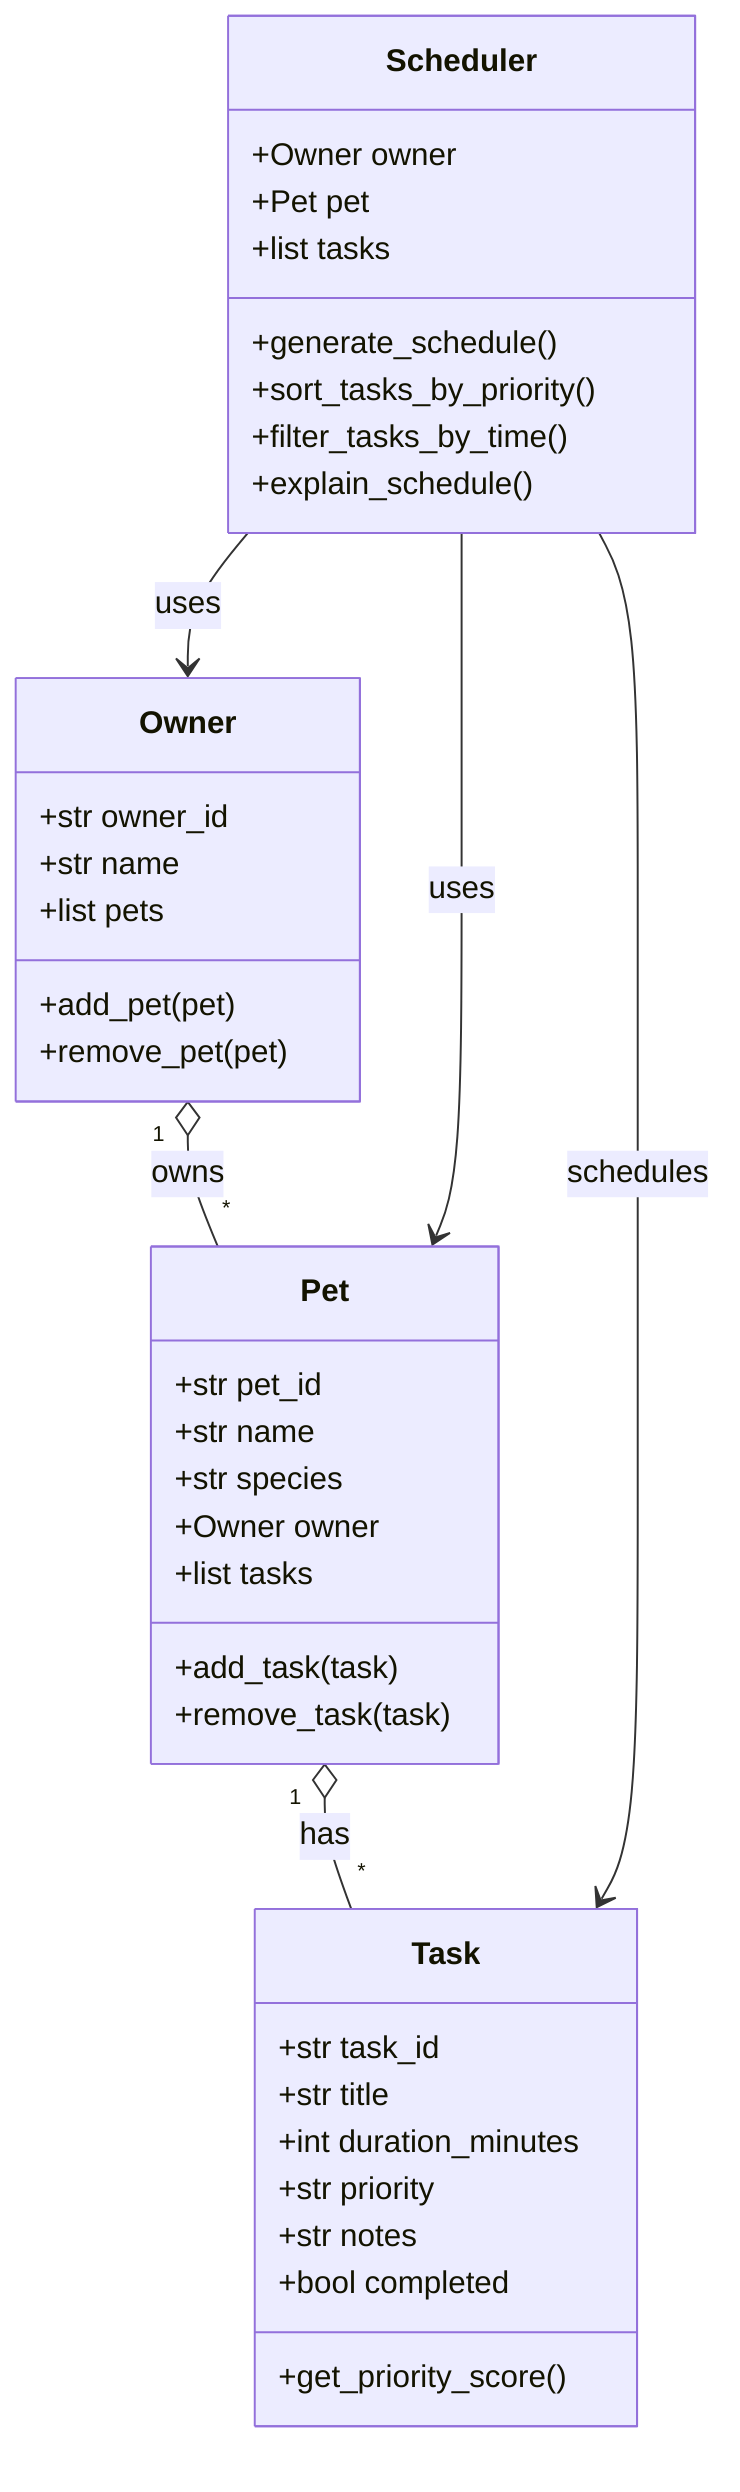
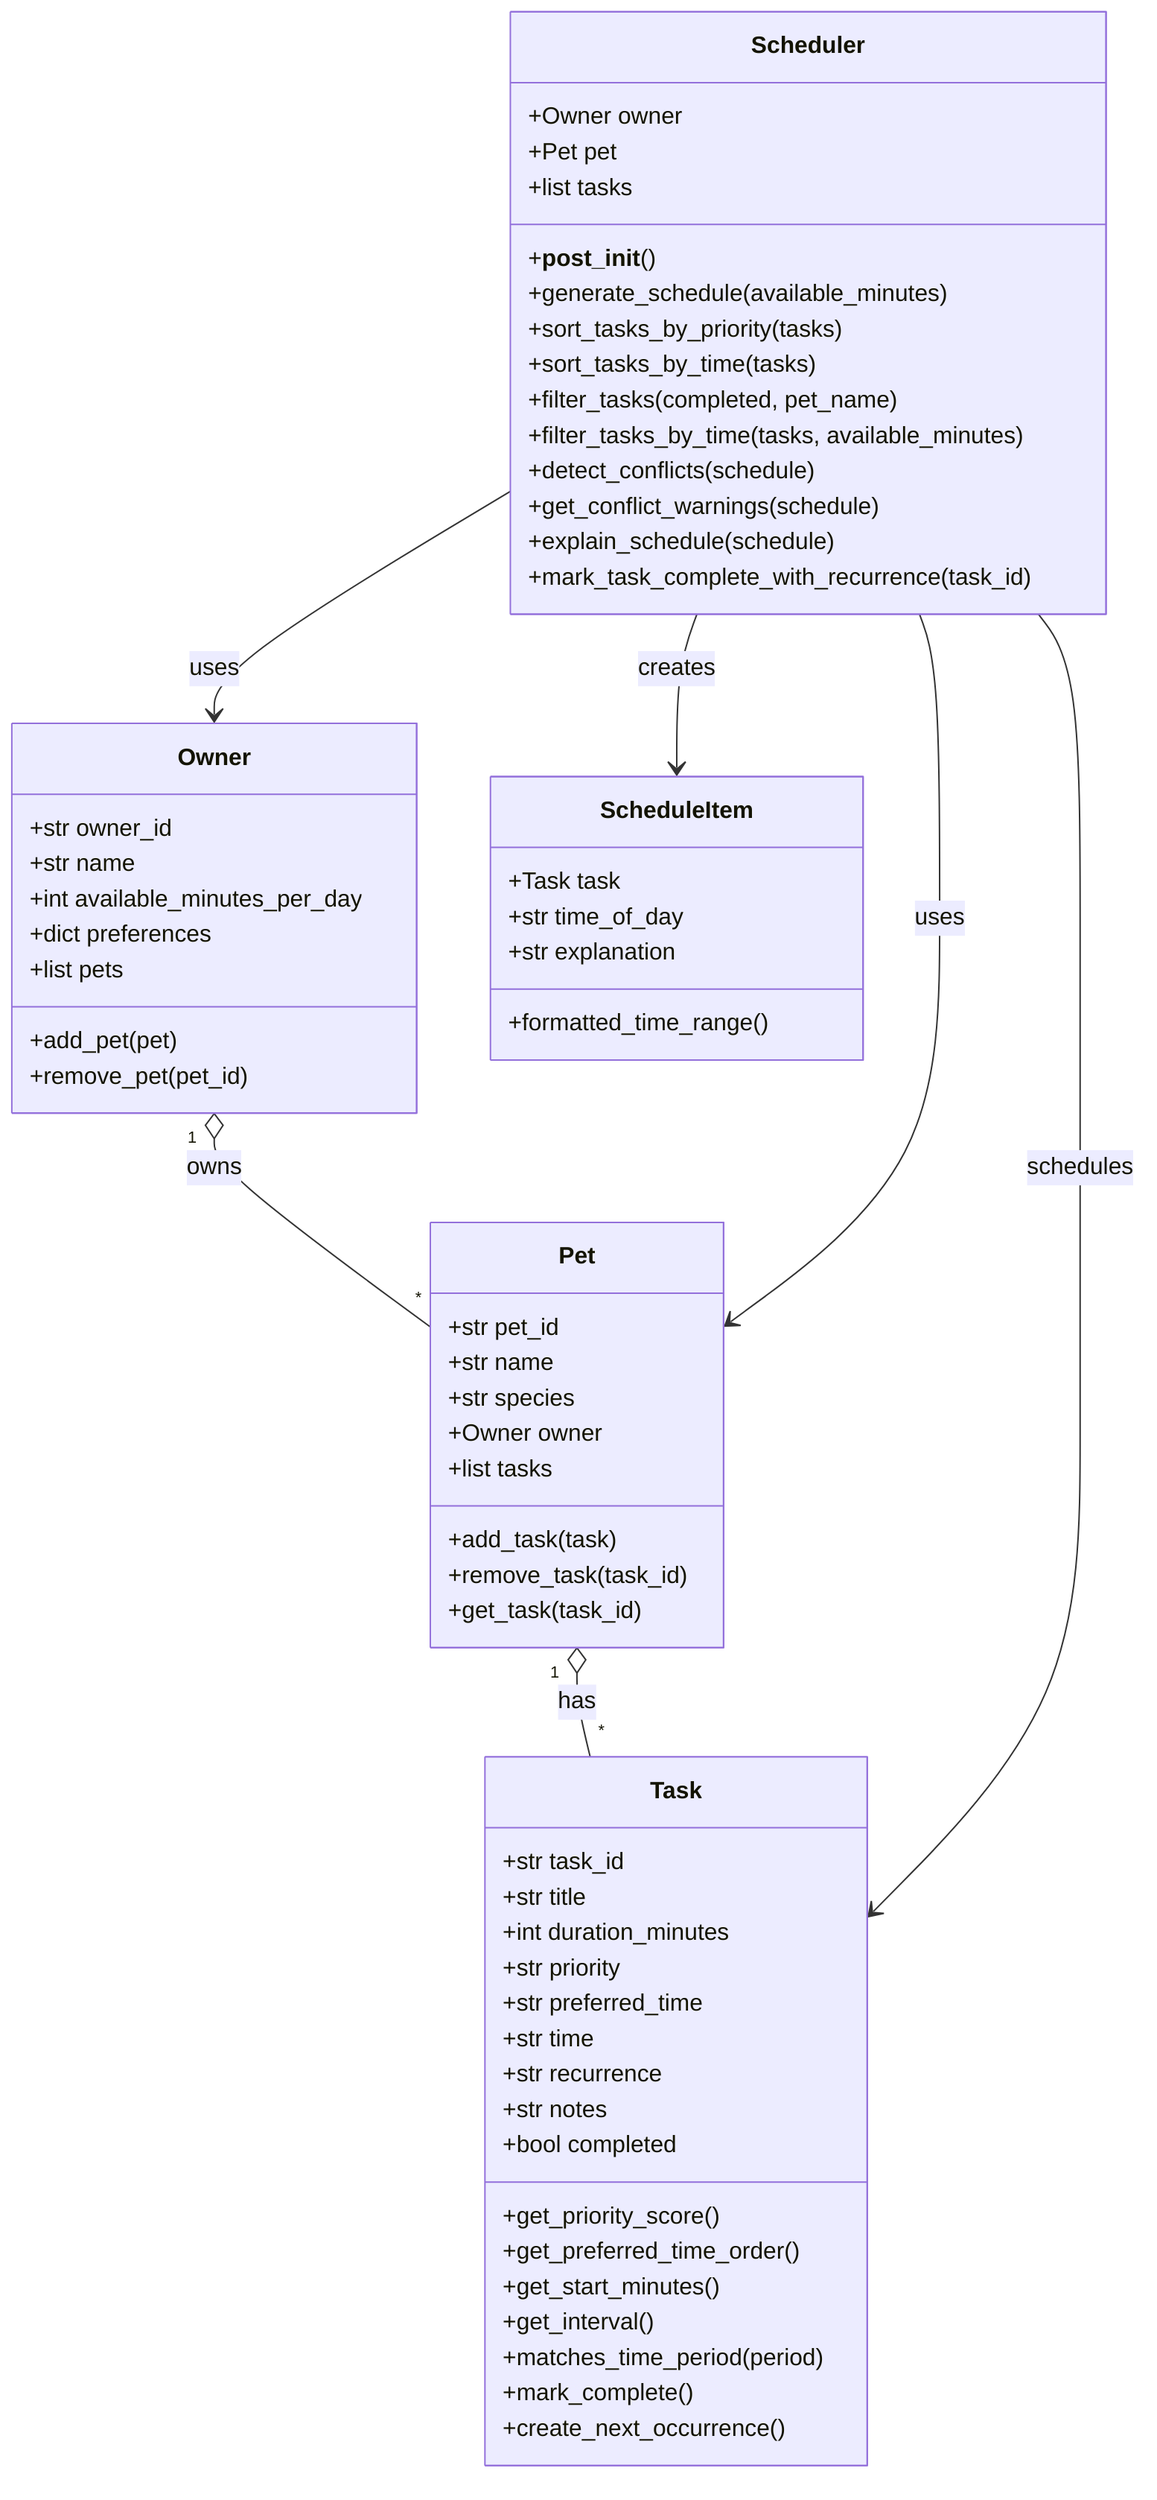
classDiagram
    class Owner {
        +str owner_id
        +str name
+         +int available_minutes_per_day
+         +dict preferences
        +list pets
        +add_pet(pet)
-         +remove_pet(pet)
+         +remove_pet(pet_id)
    }

    class Pet {
        +str pet_id
        +str name
        +str species
        +Owner owner
        +list tasks
        +add_task(task)
-         +remove_task(task)
+         +remove_task(task_id)
+         +get_task(task_id)
    }

    class Task {
        +str task_id
        +str title
        +int duration_minutes
        +str priority
+         +str preferred_time
+         +str time
+         +str recurrence
        +str notes
        +bool completed
        +get_priority_score()
+         +get_preferred_time_order()
+         +get_start_minutes()
+         +get_interval()
+         +matches_time_period(period)
+         +mark_complete()
+         +create_next_occurrence()
+     }
+ 
+     class ScheduleItem {
+         +Task task
+         +str time_of_day
+         +str explanation
+         +formatted_time_range()
    }

    class Scheduler {
        +Owner owner
        +Pet pet
        +list tasks
-         +generate_schedule()
-         +sort_tasks_by_priority()
-         +filter_tasks_by_time()
-         +explain_schedule()
+         +__post_init__()
+         +generate_schedule(available_minutes)
+         +sort_tasks_by_priority(tasks)
+         +sort_tasks_by_time(tasks)
+         +filter_tasks(completed, pet_name)
+         +filter_tasks_by_time(tasks, available_minutes)
+         +detect_conflicts(schedule)
+         +get_conflict_warnings(schedule)
+         +explain_schedule(schedule)
+         +mark_task_complete_with_recurrence(task_id)
    }

    Owner "1" o-- "*" Pet : owns
    Pet "1" o-- "*" Task : has
    Scheduler --> Owner : uses
    Scheduler --> Pet : uses
    Scheduler --> Task : schedules
+     Scheduler --> ScheduleItem : creates
